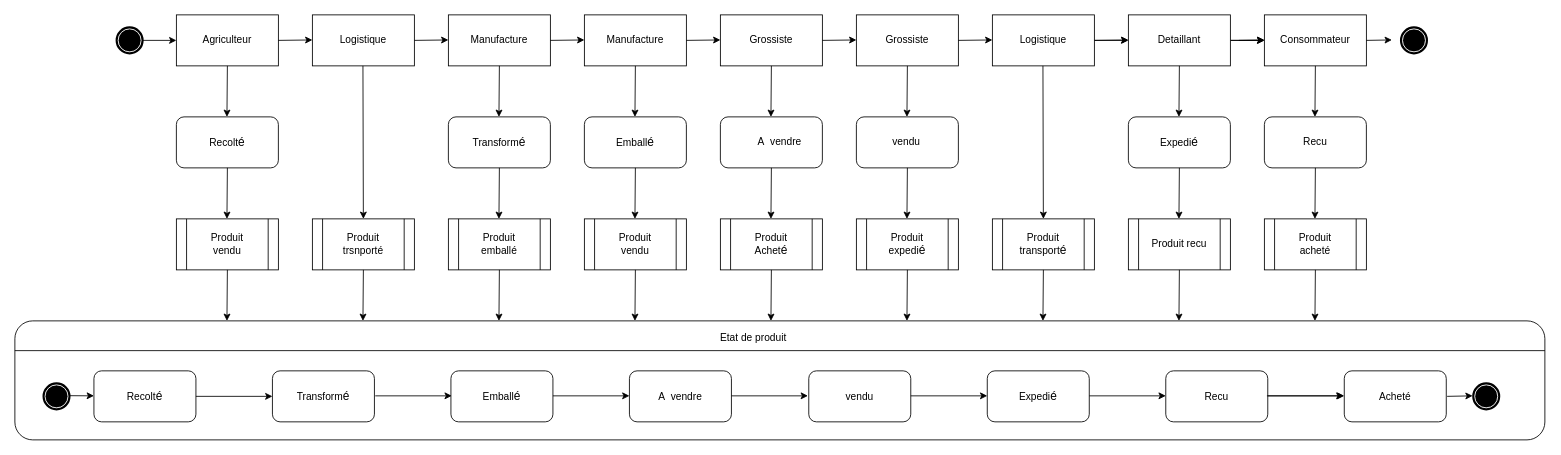
This is Untitled Diagram.drawio from loosker95/diagramme-d-etat, a draw.io file, before an edit. Source tidied: cells renumbered, new cells numbered last; positions are measured from the earlier drawing's top-left corner, leaving out a move shared by most shapes. Both pictures are drawn from the tidied source at 85%, with x=0, y=0 at pixel (14, 14).
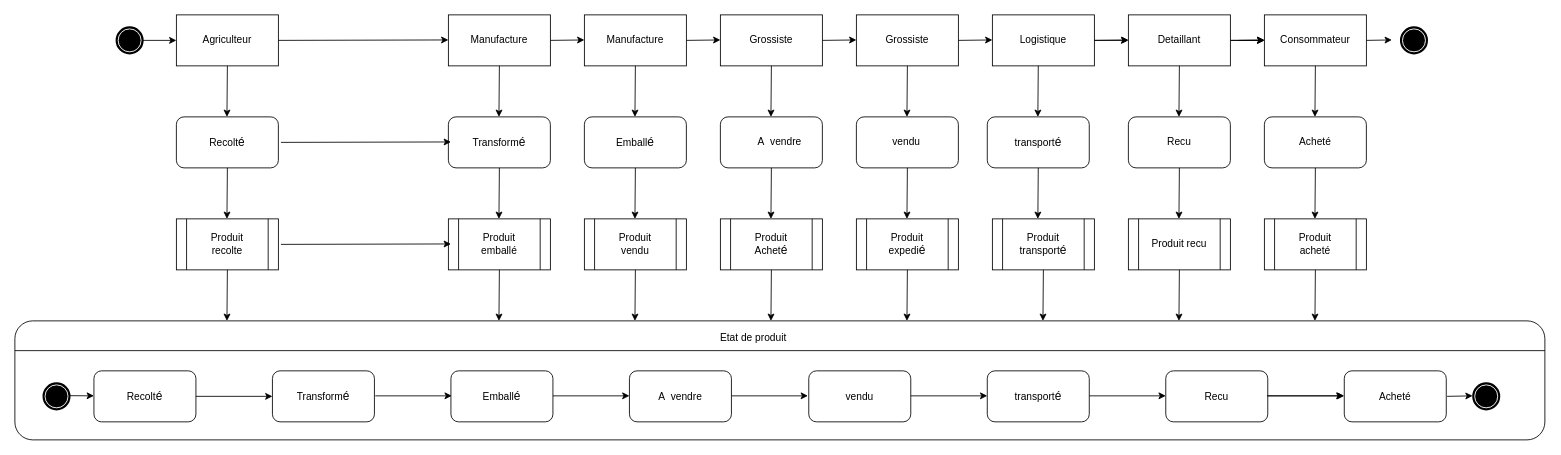
The same diagram, later.

The change refers to these unchanged cells:
```xml
<mxCell id="2" style="rounded=0;whiteSpace=wrap;html=1;" parent="1" vertex="1">
  <mxGeometry x="190" width="120" height="60" as="geometry" />
</mxCell>
```

Change to the diagram source:
```diff
@@
-    <mxCell id="3" style="rounded=0;whiteSpace=wrap;html=1;" parent="1" vertex="1">
-      <mxGeometry x="350" width="120" height="60" as="geometry" />
-    </mxCell>
@@
-    <mxCell id="15" style="endArrow=classic;html=1;entryX=0;entryY=0.5;entryDx=0;entryDy=0;" parent="1" edge="1">
+    <mxCell id="15" style="endArrow=classic;html=1;entryX=0;entryY=0.5;entryDx=0;entryDy=0;exitX=1;exitY=0.5;exitDx=0;exitDy=0;" parent="1" edge="1" source="2">
       <mxGeometry relative="1" as="geometry">
-        <mxPoint x="310" y="30" as="sourcePoint" />
-        <mxPoint x="350" y="29.5" as="targetPoint" />
+        <mxPoint x="510" y="29.5" as="targetPoint" />
       </mxGeometry>
     </mxCell>
-    <mxCell id="16" style="endArrow=classic;html=1;entryX=0;entryY=0.5;entryDx=0;entryDy=0;" parent="1" edge="1">
-      <mxGeometry relative="1" as="geometry">
-        <mxPoint x="470" y="30" as="sourcePoint" />
-        <mxPoint x="510" y="29.5" as="targetPoint" />
-      </mxGeometry>
-    </mxCell>
@@
-    <mxCell id="24" value="Logistique" style="text;html=1;strokeColor=none;fillColor=none;align=center;verticalAlign=middle;whiteSpace=wrap;rounded=0;" parent="1" vertex="1">
-      <mxGeometry x="390" y="20" width="40" height="20" as="geometry" />
-    </mxCell>
@@
-    <mxCell id="32" style="endArrow=classic;html=1;" parent="1" edge="1">
-      <mxGeometry relative="1" as="geometry">
-        <mxPoint x="409.5" y="60" as="sourcePoint" />
-        <mxPoint x="410" y="240" as="targetPoint" />
-      </mxGeometry>
-    </mxCell>
@@
-    <mxCell id="38" style="endArrow=classic;html=1;" parent="1" edge="1">
-      <mxGeometry relative="1" as="geometry">
-        <mxPoint x="1209.5" y="60" as="sourcePoint" />
-        <mxPoint x="1210" y="240" as="targetPoint" />
-      </mxGeometry>
-    </mxCell>
@@
-    <mxCell id="57" value="Recu" style="text;html=1;strokeColor=none;fillColor=none;align=center;verticalAlign=middle;whiteSpace=wrap;rounded=0;" parent="1" vertex="1">
+    <mxCell id="57" value="Acheté" style="text;html=1;strokeColor=none;fillColor=none;align=center;verticalAlign=middle;whiteSpace=wrap;rounded=0;" parent="1" vertex="1">
       <mxGeometry x="1510" y="140" width="40" height="20" as="geometry" />
     </mxCell>
@@
-    <mxCell id="61" style="shape=process;whiteSpace=wrap;html=1;backgroundOutline=1;" parent="1" vertex="1">
-      <mxGeometry x="350" y="240" width="120" height="60" as="geometry" />
-    </mxCell>
@@
-    <mxCell id="72" style="endArrow=classic;html=1;" parent="1" edge="1">
-      <mxGeometry relative="1" as="geometry">
-        <mxPoint x="410" y="300" as="sourcePoint" />
-        <mxPoint x="409.5" y="360" as="targetPoint" />
-      </mxGeometry>
-    </mxCell>
@@
-    <mxCell id="81" value="Produit vendu" style="text;html=1;strokeColor=none;fillColor=none;align=center;verticalAlign=middle;whiteSpace=wrap;rounded=0;" parent="1" vertex="1">
+    <mxCell id="81" value="Produit recolte&lt;br&gt;" style="text;html=1;strokeColor=none;fillColor=none;align=center;verticalAlign=middle;whiteSpace=wrap;rounded=0;" parent="1" vertex="1">
       <mxGeometry x="215" y="260" width="70" height="20" as="geometry" />
     </mxCell>
-    <mxCell id="82" value="Produit trsnporté" style="text;html=1;strokeColor=none;fillColor=none;align=center;verticalAlign=middle;whiteSpace=wrap;rounded=0;" parent="1" vertex="1">
-      <mxGeometry x="375" y="260" width="70" height="20" as="geometry" />
-    </mxCell>
@@
-    <mxCell id="110" value="Expedi&lt;span style=&quot;font-family: &amp;#34;arial&amp;#34; , sans-serif ; font-size: 14px ; text-align: left&quot;&gt;é&lt;/span&gt;" style="text;html=1;strokeColor=none;fillColor=none;align=center;verticalAlign=middle;whiteSpace=wrap;rounded=0;" parent="1" vertex="1">
+    <mxCell id="110" value="transport&lt;span style=&quot;font-family: &amp;#34;arial&amp;#34; , sans-serif ; font-size: 14px ; text-align: left&quot;&gt;é&lt;/span&gt;" style="text;html=1;strokeColor=none;fillColor=none;align=center;verticalAlign=middle;whiteSpace=wrap;rounded=0;" parent="1" vertex="1">
       <mxGeometry x="1184" y="438.8" width="40" height="20" as="geometry" />
     </mxCell>
@@
-    <mxCell id="116" value="Expedi&lt;span style=&quot;font-family: &amp;#34;arial&amp;#34; , sans-serif ; font-size: 14px ; text-align: left&quot;&gt;é&lt;/span&gt;" style="text;html=1;strokeColor=none;fillColor=none;align=center;verticalAlign=middle;whiteSpace=wrap;rounded=0;" parent="1" vertex="1">
+    <mxCell id="116" value="Recu" style="text;html=1;strokeColor=none;fillColor=none;align=center;verticalAlign=middle;whiteSpace=wrap;rounded=0;" parent="1" vertex="1">
       <mxGeometry x="1350" y="140" width="40" height="20" as="geometry" />
     </mxCell>
@@
+    <mxCell id="123" value="transport&lt;span style=&quot;font-family: &amp;#34;arial&amp;#34; , sans-serif ; font-size: 14px ; text-align: left&quot;&gt;é&lt;/span&gt;" style="rounded=1;whiteSpace=wrap;html=1;" parent="1" vertex="1">
+      <mxGeometry x="1144" y="120" width="120" height="60" as="geometry" />
+    </mxCell>
+    <mxCell id="124" style="endArrow=classic;html=1;" parent="1" edge="1">
+      <mxGeometry relative="1" as="geometry">
+        <mxPoint x="1204" y="60" as="sourcePoint" />
+        <mxPoint x="1203.5" y="120" as="targetPoint" />
+      </mxGeometry>
+    </mxCell>
+    <mxCell id="125" style="endArrow=classic;html=1;" parent="1" edge="1">
+      <mxGeometry relative="1" as="geometry">
+        <mxPoint x="1204" y="180" as="sourcePoint" />
+        <mxPoint x="1203.5" y="240" as="targetPoint" />
+      </mxGeometry>
+    </mxCell>
+    <mxCell id="126" style="endArrow=classic;html=1;entryX=0;entryY=0.5;entryDx=0;entryDy=0;exitX=1;exitY=0.5;exitDx=0;exitDy=0;" parent="1" edge="1">
+      <mxGeometry relative="1" as="geometry">
+        <mxPoint x="313" y="150" as="sourcePoint" />
+        <mxPoint x="513" y="149.5" as="targetPoint" />
+      </mxGeometry>
+    </mxCell>
+    <mxCell id="127" style="endArrow=classic;html=1;entryX=0;entryY=0.5;entryDx=0;entryDy=0;exitX=1;exitY=0.5;exitDx=0;exitDy=0;" parent="1" edge="1">
+      <mxGeometry relative="1" as="geometry">
+        <mxPoint x="313" y="270" as="sourcePoint" />
+        <mxPoint x="513" y="269.5" as="targetPoint" />
+      </mxGeometry>
+    </mxCell>
```
